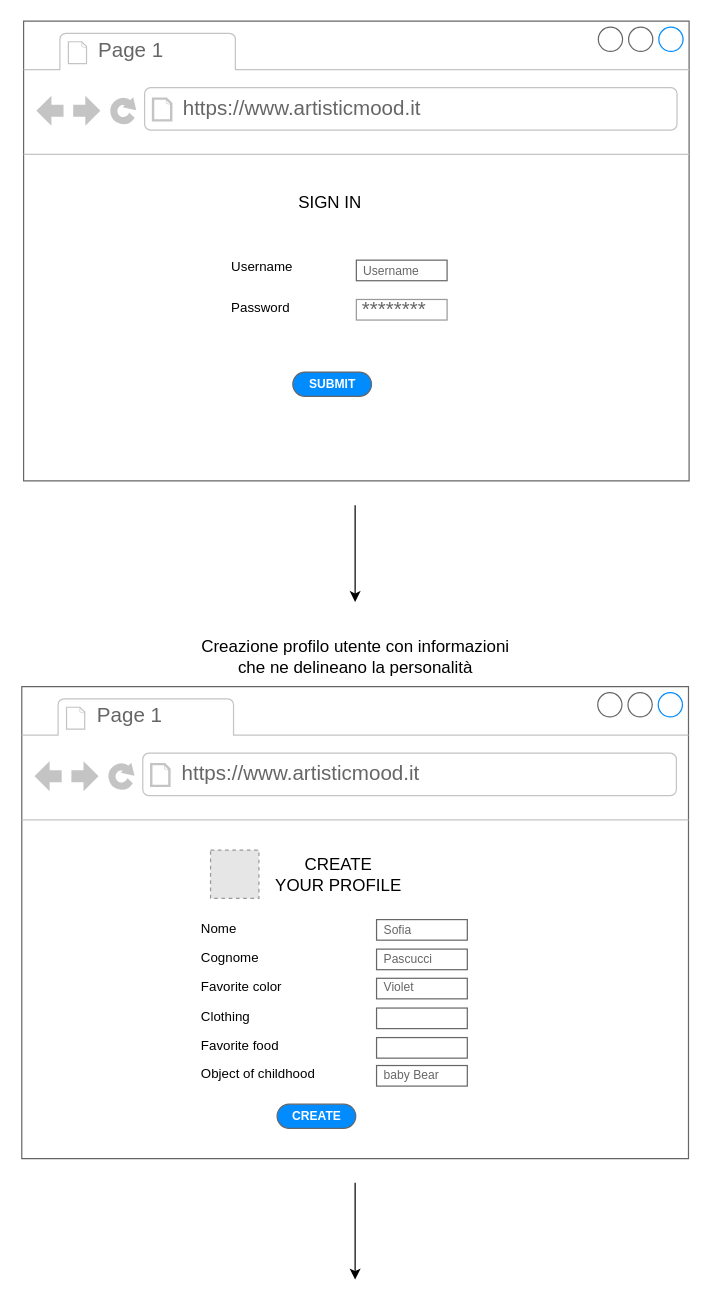
This is LOGINandPROFILE.drawio from ChiaraGismondi02/ArtisticMood, a draw.io file, before an edit. Source tidied: cells renumbered, new cells numbered last; positions are measured from the earlier drawing's top-left corner, leaving out a move shared by most shapes. Both pictures are drawn from the tidied source at 121%, with x=0, y=0 at pixel (22, 21). Pictures stored in the file or linked from it are replaced by grey dashed boxes.
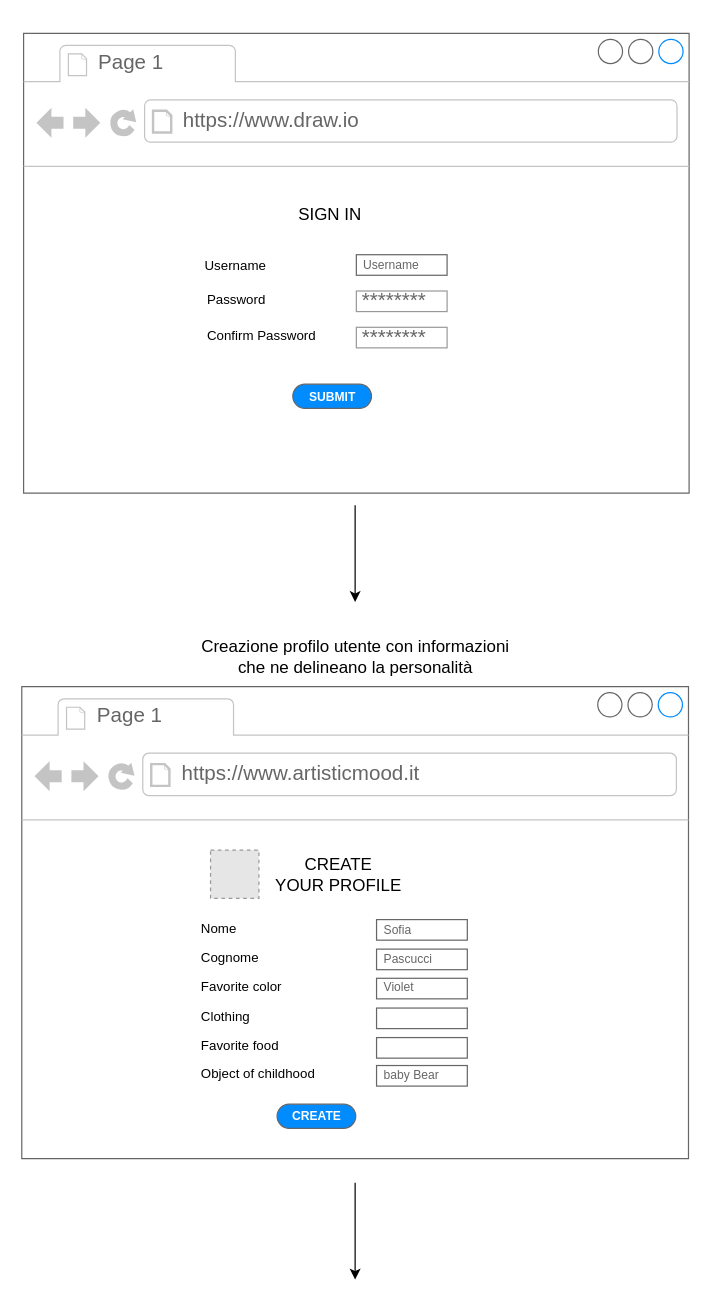
The same page after the edit.

What changed in the source:
```diff
@@
-    <mxCell id="2" style="strokeWidth=1;shadow=0;dashed=0;align=center;html=1;shape=mxgraph.mockup.containers.browserWindow;rSize=0;strokeColor=#666666;strokeColor2=#008cff;strokeColor3=#c4c4c4;mainText=,;" parent="1" vertex="1">
-      <mxGeometry x="1" width="550" height="380" as="geometry" />
-    </mxCell>
-    <mxCell id="3" value="Page 1" style="strokeWidth=1;shadow=0;dashed=0;align=center;html=1;shape=mxgraph.mockup.containers.anchor;fontSize=17;fontColor=#666666;align=left;" parent="2" vertex="1">
-      <mxGeometry x="60" y="12" width="110" height="26" as="geometry" />
-    </mxCell>
-    <mxCell id="4" value="https://www.artisticmood.it" style="strokeWidth=1;shadow=0;dashed=0;align=center;html=1;shape=mxgraph.mockup.containers.anchor;rSize=0;fontSize=17;fontColor=#666666;align=left;" parent="2" vertex="1">
-      <mxGeometry x="130" y="60" width="250" height="26" as="geometry" />
-    </mxCell>
-    <mxCell id="5" value="&lt;font style=&quot;font-size: 10px&quot;&gt;Username&lt;/font&gt;" style="strokeWidth=1;shadow=0;dashed=0;align=center;html=1;shape=mxgraph.mockup.text.textBox;fontColor=#666666;align=left;fontSize=17;spacingLeft=4;spacingTop=-3;strokeColor=#666666;mainText=;" parent="2" vertex="1">
-      <mxGeometry x="275" y="197.5" width="75" height="17" as="geometry" />
-    </mxCell>
-    <mxCell id="6" value="&lt;font style=&quot;font-size: 11px&quot;&gt;Username&lt;/font&gt;" style="text;html=1;align=left;verticalAlign=middle;fillColor=none;strokeColor=none;rounded=0;" parent="2" vertex="1">
-      <mxGeometry x="170" y="192.5" width="70" height="20" as="geometry" />
-    </mxCell>
-    <mxCell id="7" value="&lt;font style=&quot;font-size: 11px&quot;&gt;Password&lt;/font&gt;" style="text;html=1;align=left;verticalAlign=middle;fillColor=none;strokeColor=none;rounded=0;" parent="2" vertex="1">
-      <mxGeometry x="170" y="227" width="60" height="20" as="geometry" />
-    </mxCell>
-    <mxCell id="8" value="********" style="strokeWidth=1;shadow=0;dashed=0;align=center;html=1;shape=mxgraph.mockup.forms.pwField;strokeColor=#999999;mainText=;align=left;fontColor=#666666;fontSize=17;spacingLeft=3;" parent="2" vertex="1">
-      <mxGeometry x="275" y="230" width="75" height="17" as="geometry" />
-    </mxCell>
-    <mxCell id="9" value="SUBMIT" style="strokeWidth=1;shadow=0;dashed=0;align=center;html=1;shape=mxgraph.mockup.buttons.button;strokeColor=#666666;fontColor=#ffffff;mainText=;buttonStyle=round;fontSize=10;fontStyle=1;fillColor=#008cff;whiteSpace=wrap;" parent="2" vertex="1">
-      <mxGeometry x="222.5" y="290" width="65" height="20" as="geometry" />
-    </mxCell>
-    <mxCell id="10" value="&lt;font style=&quot;font-size: 14px&quot;&gt;SIGN IN&lt;/font&gt;" style="text;html=1;align=center;verticalAlign=middle;fillColor=none;strokeColor=none;rounded=0;" parent="2" vertex="1">
-      <mxGeometry x="217.5" y="140" width="70" height="20" as="geometry" />
-    </mxCell>
@@
+    <mxCell id="32" style="strokeWidth=1;shadow=0;dashed=0;align=center;html=1;shape=mxgraph.mockup.containers.browserWindow;rSize=0;strokeColor=#666666;strokeColor2=#008cff;strokeColor3=#c4c4c4;mainText=,;" parent="1" vertex="1">
+      <mxGeometry x="1" y="10" width="550" height="380" as="geometry" />
+    </mxCell>
+    <mxCell id="3" value="Page 1" style="strokeWidth=1;shadow=0;dashed=0;align=center;html=1;shape=mxgraph.mockup.containers.anchor;fontSize=17;fontColor=#666666;align=left;" parent="32" vertex="1">
+      <mxGeometry x="60" y="12" width="110" height="26" as="geometry" />
+    </mxCell>
+    <mxCell id="33" value="https://www.draw.io" style="strokeWidth=1;shadow=0;dashed=0;align=center;html=1;shape=mxgraph.mockup.containers.anchor;rSize=0;fontSize=17;fontColor=#666666;align=left;" parent="32" vertex="1">
+      <mxGeometry x="130" y="60" width="250" height="26" as="geometry" />
+    </mxCell>
+    <mxCell id="5" value="&lt;font style=&quot;font-size: 10px&quot;&gt;Username&lt;/font&gt;" style="strokeWidth=1;shadow=0;dashed=0;align=center;html=1;shape=mxgraph.mockup.text.textBox;fontColor=#666666;align=left;fontSize=17;spacingLeft=4;spacingTop=-3;strokeColor=#666666;mainText=;" parent="32" vertex="1">
+      <mxGeometry x="275" y="183" width="75" height="17" as="geometry" />
+    </mxCell>
+    <mxCell id="6" value="&lt;font style=&quot;font-size: 11px&quot;&gt;Username&lt;/font&gt;" style="text;html=1;align=left;verticalAlign=middle;fillColor=none;strokeColor=none;rounded=0;" parent="32" vertex="1">
+      <mxGeometry x="147.5" y="181.5" width="70" height="20" as="geometry" />
+    </mxCell>
+    <mxCell id="7" value="&lt;font style=&quot;font-size: 11px&quot;&gt;Password&lt;/font&gt;" style="text;html=1;align=left;verticalAlign=middle;fillColor=none;strokeColor=none;rounded=0;" parent="32" vertex="1">
+      <mxGeometry x="150" y="210" width="60" height="20" as="geometry" />
+    </mxCell>
+    <mxCell id="34" value="********" style="strokeWidth=1;shadow=0;dashed=0;align=center;html=1;shape=mxgraph.mockup.forms.pwField;strokeColor=#999999;mainText=;align=left;fontColor=#666666;fontSize=17;spacingLeft=3;" parent="32" vertex="1">
+      <mxGeometry x="275" y="213" width="75" height="17" as="geometry" />
+    </mxCell>
+    <mxCell id="9" value="SUBMIT" style="strokeWidth=1;shadow=0;dashed=0;align=center;html=1;shape=mxgraph.mockup.buttons.button;strokeColor=#666666;fontColor=#ffffff;mainText=;buttonStyle=round;fontSize=10;fontStyle=1;fillColor=#008cff;whiteSpace=wrap;" parent="32" vertex="1">
+      <mxGeometry x="222.5" y="290" width="65" height="20" as="geometry" />
+    </mxCell>
+    <mxCell id="10" value="&lt;font style=&quot;font-size: 14px&quot;&gt;SIGN IN&lt;/font&gt;" style="text;html=1;align=center;verticalAlign=middle;fillColor=none;strokeColor=none;rounded=0;" parent="32" vertex="1">
+      <mxGeometry x="217.5" y="140" width="70" height="20" as="geometry" />
+    </mxCell>
+    <mxCell id="35" value="&lt;font style=&quot;font-size: 11px&quot;&gt;Confirm Password&lt;/font&gt;" style="text;html=1;align=left;verticalAlign=middle;fillColor=none;strokeColor=none;rounded=0;" parent="32" vertex="1">
+      <mxGeometry x="150" y="240" width="110" height="20" as="geometry" />
+    </mxCell>
+    <mxCell id="36" value="********" style="strokeWidth=1;shadow=0;dashed=0;align=center;html=1;shape=mxgraph.mockup.forms.pwField;strokeColor=#999999;mainText=;align=left;fontColor=#666666;fontSize=17;spacingLeft=3;" parent="32" vertex="1">
+      <mxGeometry x="275" y="243" width="75" height="17" as="geometry" />
+    </mxCell>
```
